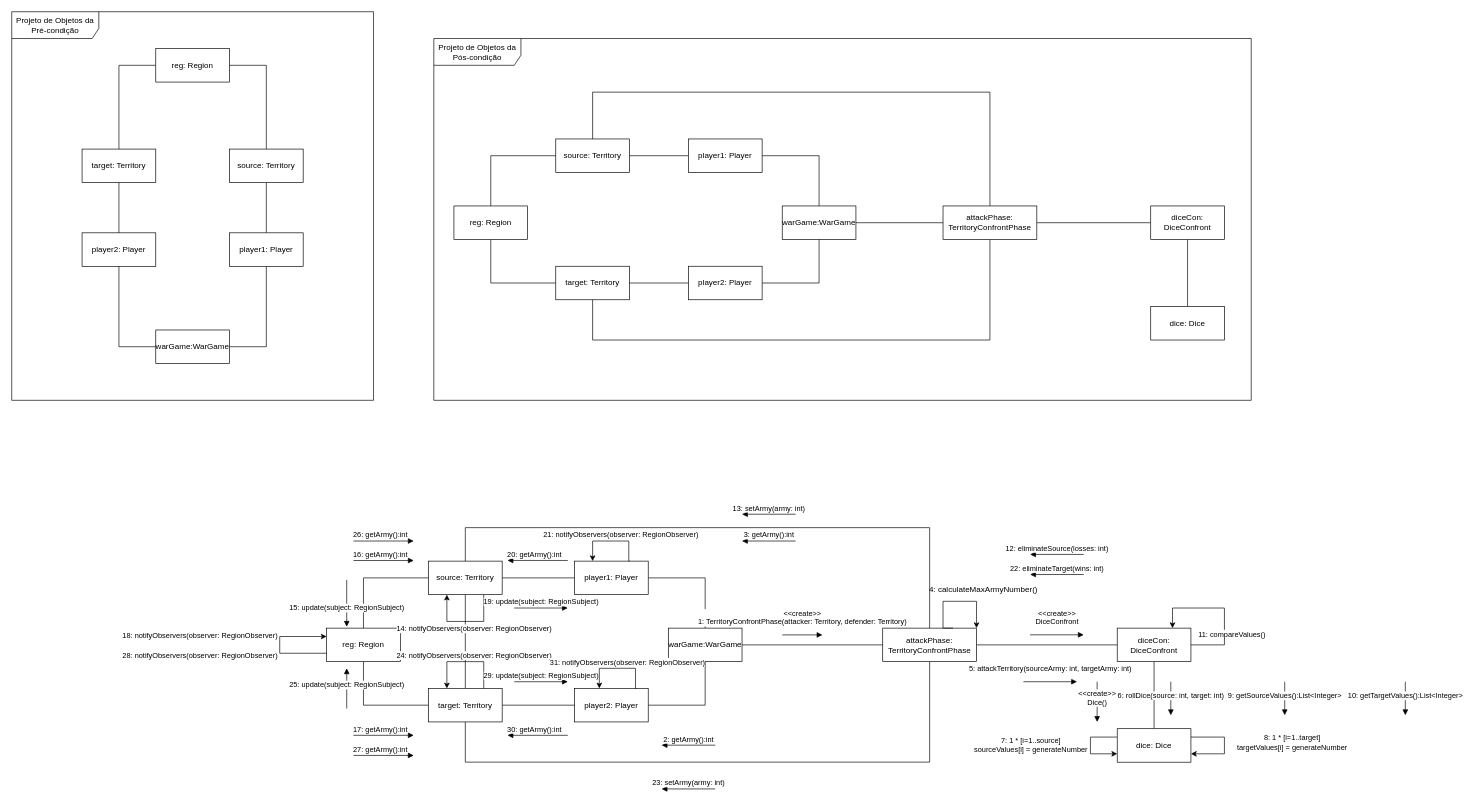
The draw.io diagram collaboration-diagram.drawio in Gil32610/operation-contract-territory-confront, before the edit. Source tidied: cells renumbered, new cells numbered last; positions are measured from the earlier drawing's top-left corner, leaving out a move shared by most shapes. Both pictures are drawn from the tidied source at 67%, with x=0, y=0 at pixel (11, 11).
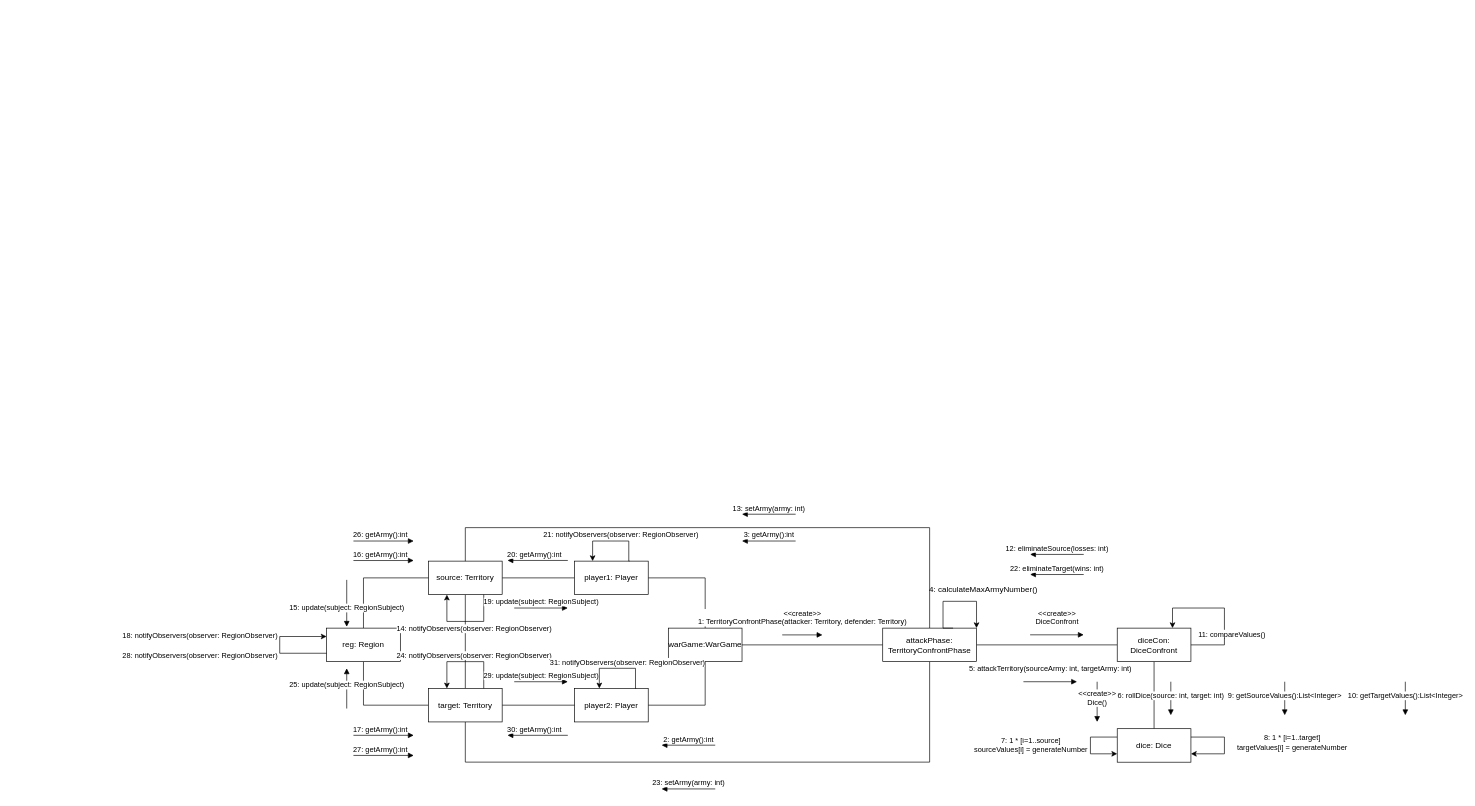
Above is the later version.

What changed in the source:
```diff
@@
-    <mxCell id="2" style="edgeStyle=orthogonalEdgeStyle;rounded=0;jettySize=auto;html=1;entryX=0.5;entryY=1;entryDx=0;entryDy=0;exitX=1;exitY=0.5;exitDx=0;exitDy=0;endArrow=none;endFill=0;" parent="1" edge="1" source="3" target="7">
-      <mxGeometry relative="1" as="geometry" />
-    </mxCell>
-    <mxCell id="3" value="warGame:WarGame" style="html=1;whiteSpace=wrap;" parent="1" vertex="1">
-      <mxGeometry x="215" y="475" width="110" height="50" as="geometry" />
-    </mxCell>
-    <mxCell id="4" style="edgeStyle=orthogonalEdgeStyle;rounded=0;jettySize=auto;html=1;endArrow=none;endFill=0;entryX=0;entryY=0.5;entryDx=0;entryDy=0;exitX=0.5;exitY=1;exitDx=0;exitDy=0;" parent="1" edge="1" source="5" target="3">
-      <mxGeometry relative="1" as="geometry" />
-    </mxCell>
-    <mxCell id="5" value="player2: Player" style="html=1;whiteSpace=wrap;" parent="1" vertex="1">
-      <mxGeometry x="105" y="330" width="110" height="50" as="geometry" />
-    </mxCell>
-    <mxCell id="6" style="edgeStyle=orthogonalEdgeStyle;rounded=0;jettySize=auto;html=1;entryX=0.5;entryY=1;entryDx=0;entryDy=0;endArrow=none;endFill=0;" parent="1" edge="1" source="7" target="8">
-      <mxGeometry relative="1" as="geometry" />
-    </mxCell>
-    <mxCell id="7" value="player1: Player" style="html=1;whiteSpace=wrap;" parent="1" vertex="1">
-      <mxGeometry x="325" y="330" width="110" height="50" as="geometry" />
-    </mxCell>
-    <mxCell id="8" value="source: Territory" style="html=1;whiteSpace=wrap;" parent="1" vertex="1">
-      <mxGeometry x="325" y="205" width="110" height="50" as="geometry" />
-    </mxCell>
-    <mxCell id="9" style="edgeStyle=orthogonalEdgeStyle;rounded=0;jettySize=auto;html=1;entryX=0;entryY=0.5;entryDx=0;entryDy=0;endArrow=none;endFill=0;" parent="1" edge="1" source="11" target="13">
-      <mxGeometry relative="1" as="geometry" />
-    </mxCell>
-    <mxCell id="10" style="edgeStyle=orthogonalEdgeStyle;rounded=0;jettySize=auto;html=1;entryX=0.5;entryY=0;entryDx=0;entryDy=0;endArrow=none;endFill=0;exitX=0.5;exitY=1;exitDx=0;exitDy=0;" parent="1" edge="1" source="11" target="5">
-      <mxGeometry relative="1" as="geometry" />
-    </mxCell>
-    <mxCell id="11" value="target: Territory" style="html=1;whiteSpace=wrap;" parent="1" vertex="1">
-      <mxGeometry x="105" y="205" width="110" height="50" as="geometry" />
-    </mxCell>
-    <mxCell id="12" style="edgeStyle=orthogonalEdgeStyle;rounded=0;jettySize=auto;html=1;entryX=0.5;entryY=0;entryDx=0;entryDy=0;exitX=1;exitY=0.5;exitDx=0;exitDy=0;endArrow=none;endFill=0;" parent="1" edge="1" source="13" target="8">
-      <mxGeometry relative="1" as="geometry" />
-    </mxCell>
-    <mxCell id="13" value="reg: Region" style="html=1;whiteSpace=wrap;" parent="1" vertex="1">
-      <mxGeometry x="215" y="55" width="110" height="50" as="geometry" />
-    </mxCell>
-    <mxCell id="14" value="&lt;div&gt;Projeto de Objetos da Pré-condição&lt;/div&gt;" style="shape=umlFrame;whiteSpace=wrap;html=1;width=130;height=40;" parent="1" vertex="1">
-      <mxGeometry width="540" height="580" as="geometry" />
-    </mxCell>
-    <mxCell id="15" style="edgeStyle=orthogonalEdgeStyle;rounded=0;jettySize=auto;html=1;entryX=1;entryY=0.5;entryDx=0;entryDy=0;exitX=0.5;exitY=0;exitDx=0;exitDy=0;endArrow=none;endFill=0;" parent="1" edge="1" source="17" target="23">
-      <mxGeometry relative="1" as="geometry" />
-    </mxCell>
-    <mxCell id="16" style="edgeStyle=orthogonalEdgeStyle;rounded=0;jettySize=auto;html=1;entryX=0;entryY=0.5;entryDx=0;entryDy=0;endArrow=none;endFill=0;" parent="1" edge="1" source="17" target="32">
-      <mxGeometry relative="1" as="geometry" />
-    </mxCell>
-    <mxCell id="17" value="warGame:WarGame" style="html=1;whiteSpace=wrap;" parent="1" vertex="1">
-      <mxGeometry x="1150" y="289.9" width="110" height="50" as="geometry" />
-    </mxCell>
-    <mxCell id="18" style="edgeStyle=orthogonalEdgeStyle;rounded=0;jettySize=auto;html=1;endArrow=none;endFill=0;entryX=0.5;entryY=1;entryDx=0;entryDy=0;exitX=1;exitY=0.5;exitDx=0;exitDy=0;" parent="1" edge="1" source="20" target="17">
-      <mxGeometry relative="1" as="geometry" />
-    </mxCell>
-    <mxCell id="19" style="edgeStyle=orthogonalEdgeStyle;rounded=0;jettySize=auto;html=1;entryX=0.5;entryY=1;entryDx=0;entryDy=0;endArrow=none;endFill=0;exitX=0.5;exitY=1;exitDx=0;exitDy=0;" parent="1" edge="1" source="27" target="32">
-      <mxGeometry relative="1" as="geometry">
-        <Array as="points">
-          <mxPoint x="867" y="490" />
-          <mxPoint x="1460" y="490" />
-        </Array>
-      </mxGeometry>
-    </mxCell>
-    <mxCell id="20" value="player2: Player" style="html=1;whiteSpace=wrap;" parent="1" vertex="1">
-      <mxGeometry x="1010" y="379.9" width="110" height="50" as="geometry" />
-    </mxCell>
-    <mxCell id="21" style="edgeStyle=orthogonalEdgeStyle;rounded=0;jettySize=auto;html=1;entryX=1;entryY=0.5;entryDx=0;entryDy=0;endArrow=none;endFill=0;" parent="1" edge="1" source="23" target="24">
-      <mxGeometry relative="1" as="geometry" />
-    </mxCell>
-    <mxCell id="22" style="edgeStyle=orthogonalEdgeStyle;rounded=0;jettySize=auto;html=1;entryX=0.5;entryY=0;entryDx=0;entryDy=0;endArrow=none;endFill=0;exitX=0.5;exitY=0;exitDx=0;exitDy=0;" parent="1" edge="1" source="24" target="32">
-      <mxGeometry relative="1" as="geometry">
-        <Array as="points">
-          <mxPoint x="867" y="120" />
-          <mxPoint x="1460" y="120" />
-        </Array>
-      </mxGeometry>
-    </mxCell>
-    <mxCell id="23" value="player1: Player" style="html=1;whiteSpace=wrap;" parent="1" vertex="1">
-      <mxGeometry x="1010" y="189.9" width="110" height="50" as="geometry" />
-    </mxCell>
-    <mxCell id="24" value="source: Territory" style="html=1;whiteSpace=wrap;" parent="1" vertex="1">
-      <mxGeometry x="812" y="189.9" width="110" height="50" as="geometry" />
-    </mxCell>
-    <mxCell id="25" style="edgeStyle=orthogonalEdgeStyle;rounded=0;jettySize=auto;html=1;entryX=0.5;entryY=1;entryDx=0;entryDy=0;endArrow=none;endFill=0;" parent="1" edge="1" source="27" target="29">
-      <mxGeometry relative="1" as="geometry" />
-    </mxCell>
-    <mxCell id="26" style="edgeStyle=orthogonalEdgeStyle;rounded=0;jettySize=auto;html=1;entryX=0;entryY=0.5;entryDx=0;entryDy=0;endArrow=none;endFill=0;exitX=1;exitY=0.5;exitDx=0;exitDy=0;" parent="1" edge="1" source="27" target="20">
-      <mxGeometry relative="1" as="geometry" />
-    </mxCell>
-    <mxCell id="27" value="target: Territory" style="html=1;whiteSpace=wrap;" parent="1" vertex="1">
-      <mxGeometry x="812" y="379.9" width="110" height="50" as="geometry" />
-    </mxCell>
-    <mxCell id="28" style="edgeStyle=orthogonalEdgeStyle;rounded=0;jettySize=auto;html=1;entryX=0;entryY=0.5;entryDx=0;entryDy=0;exitX=0.5;exitY=0;exitDx=0;exitDy=0;endArrow=none;endFill=0;" parent="1" edge="1" source="29" target="24">
-      <mxGeometry relative="1" as="geometry" />
-    </mxCell>
-    <mxCell id="29" value="reg: Region" style="html=1;whiteSpace=wrap;" parent="1" vertex="1">
-      <mxGeometry x="660" y="289.9" width="110" height="50" as="geometry" />
-    </mxCell>
-    <mxCell id="30" value="&lt;div&gt;Projeto de Objetos da Pós-condição&lt;/div&gt;" style="shape=umlFrame;whiteSpace=wrap;html=1;width=130;height=40;" parent="1" vertex="1">
-      <mxGeometry x="630" y="40" width="1220" height="540" as="geometry" />
-    </mxCell>
-    <mxCell id="31" style="edgeStyle=orthogonalEdgeStyle;rounded=0;jettySize=auto;html=1;endArrow=none;endFill=0;" parent="1" edge="1" source="32" target="34">
-      <mxGeometry relative="1" as="geometry" />
-    </mxCell>
-    <mxCell id="32" value="&lt;blockquote&gt;attackPhase: TerritoryConfrontPhase&lt;/blockquote&gt;" style="html=1;whiteSpace=wrap;" parent="1" vertex="1">
-      <mxGeometry x="1390" y="289.9" width="140" height="50" as="geometry" />
-    </mxCell>
-    <mxCell id="33" style="edgeStyle=orthogonalEdgeStyle;rounded=0;jettySize=auto;html=1;endArrow=none;endFill=0;" parent="1" edge="1" source="34" target="35">
-      <mxGeometry relative="1" as="geometry" />
-    </mxCell>
-    <mxCell id="34" value="diceCon: DiceConfront" style="html=1;whiteSpace=wrap;" parent="1" vertex="1">
-      <mxGeometry x="1700" y="289.9" width="110" height="50" as="geometry" />
-    </mxCell>
-    <mxCell id="35" value="dice: Dice" style="html=1;whiteSpace=wrap;" parent="1" vertex="1">
-      <mxGeometry x="1700" y="440" width="110" height="50" as="geometry" />
-    </mxCell>
```
